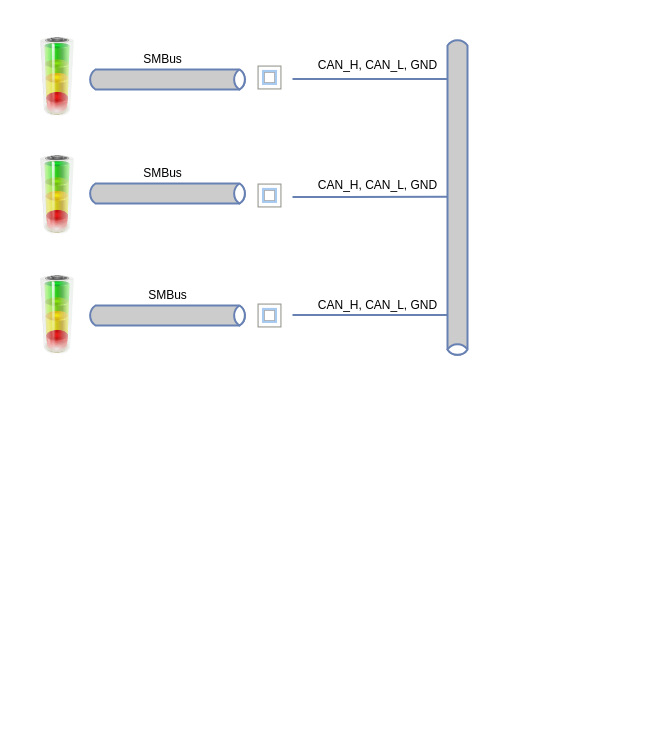
This is Untitled Diagram.drawio from Elan427/path-planning, a draw.io file, before an edit. Source tidied: cells renumbered, new cells numbered last; positions are measured from the earlier drawing's top-left corner, leaving out a move shared by most shapes. Both pictures are drawn from the tidied source at 100%, with x=0, y=0 at pixel (17, 37).
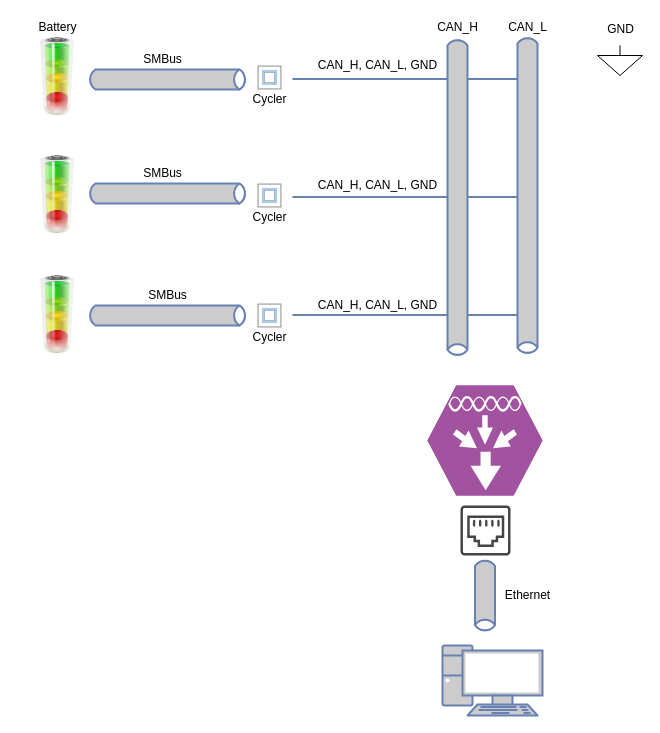
The same diagram, later.

Change to the diagram source:
```diff
@@
-    <mxCell id="11" style="html=1;fillColor=#CCCCCC;strokeColor=#6881B3;gradientColor=none;gradientDirection=north;strokeWidth=2;shape=mxgraph.networks.bus;gradientColor=none;gradientDirection=north;fontColor=#ffffff;perimeter=backbonePerimeter;backboneSize=20;rotation=90;" parent="1" vertex="1">
-      <mxGeometry x="280" y="150" width="320" height="20" as="geometry" />
-    </mxCell>
-    <mxCell id="12" style="strokeColor=#6881B3;edgeStyle=none;rounded=0;endArrow=none;html=1;strokeWidth=2;exitX=0.13;exitY=1;exitDx=0;exitDy=0;exitPerimeter=0;" parent="1" edge="1" source="11">
+    <mxCell id="12" style="strokeColor=#6881B3;edgeStyle=none;rounded=0;endArrow=none;html=1;strokeWidth=2;" parent="1" edge="1" source="21">
       <mxGeometry relative="1" as="geometry">
         <mxPoint x="275" y="41.5" as="targetPoint" />
         <Array as="points">
           <mxPoint x="325" y="41.5" />
         </Array>
       </mxGeometry>
     </mxCell>
-    <mxCell id="13" style="strokeColor=#6881B3;edgeStyle=none;rounded=0;endArrow=none;html=1;strokeWidth=2;exitX=0.498;exitY=1;exitDx=0;exitDy=0;exitPerimeter=0;" parent="1" edge="1" source="11">
+    <mxCell id="13" style="strokeColor=#6881B3;edgeStyle=none;rounded=0;endArrow=none;html=1;strokeWidth=2;" parent="1" edge="1" source="21">
       <mxGeometry relative="1" as="geometry">
         <mxPoint x="275" y="159.5" as="targetPoint" />
         <Array as="points">
           <mxPoint x="325" y="159.5" />
         </Array>
       </mxGeometry>
     </mxCell>
-    <mxCell id="14" style="strokeColor=#6881B3;edgeStyle=none;rounded=0;endArrow=none;html=1;strokeWidth=2;exitX=0.867;exitY=1;exitDx=0;exitDy=0;exitPerimeter=0;" parent="1" edge="1" source="11">
+    <mxCell id="14" style="strokeColor=#6881B3;edgeStyle=none;rounded=0;endArrow=none;html=1;strokeWidth=2;" parent="1" edge="1" source="21">
       <mxGeometry relative="1" as="geometry">
         <mxPoint x="275" y="277.5" as="targetPoint" />
         <Array as="points">
           <mxPoint x="325" y="277.5" />
         </Array>
       </mxGeometry>
     </mxCell>
@@
+    <mxCell id="21" style="html=1;outlineConnect=0;fillColor=#CCCCCC;strokeColor=#6881B3;gradientColor=none;gradientDirection=north;strokeWidth=2;shape=mxgraph.networks.bus;gradientColor=none;gradientDirection=north;fontColor=#ffffff;perimeter=backbonePerimeter;backboneSize=20;rotation=90;" parent="1" vertex="1">
+      <mxGeometry x="350" y="148" width="320" height="20" as="geometry" />
+    </mxCell>
+    <mxCell id="11" style="html=1;fillColor=#CCCCCC;strokeColor=#6881B3;gradientColor=none;gradientDirection=north;strokeWidth=2;shape=mxgraph.networks.bus;gradientColor=none;gradientDirection=north;fontColor=#ffffff;perimeter=backbonePerimeter;backboneSize=20;rotation=90;" parent="1" vertex="1">
+      <mxGeometry x="280" y="150" width="320" height="20" as="geometry" />
+    </mxCell>
+    <mxCell id="22" value="Cycler&lt;br&gt;" style="text;html=1;align=center;verticalAlign=middle;" parent="1" vertex="1">
+      <mxGeometry x="227" y="52" width="50" height="20" as="geometry" />
+    </mxCell>
+    <mxCell id="23" value="Cycler&lt;br&gt;" style="text;html=1;align=center;verticalAlign=middle;" parent="1" vertex="1">
+      <mxGeometry x="227" y="170" width="50" height="20" as="geometry" />
+    </mxCell>
+    <mxCell id="24" value="Cycler&lt;br&gt;" style="text;html=1;align=center;verticalAlign=middle;" parent="1" vertex="1">
+      <mxGeometry x="227" y="290" width="50" height="20" as="geometry" />
+    </mxCell>
+    <mxCell id="25" value="Battery&lt;br&gt;" style="text;html=1;align=center;verticalAlign=middle;" parent="1" vertex="1">
+      <mxGeometry x="15" y="-20" width="50" height="20" as="geometry" />
+    </mxCell>
+    <mxCell id="26" style="verticalLabelPosition=bottom;shadow=0;dashed=0;align=center;html=1;verticalAlign=top;shape=mxgraph.electrical.signal_sources.signal_ground;" parent="1" vertex="1">
+      <mxGeometry x="580" y="8" width="45" height="30" as="geometry" />
+    </mxCell>
+    <mxCell id="27" value="GND&lt;br&gt;" style="text;html=1;align=center;verticalAlign=middle;" parent="1" vertex="1">
+      <mxGeometry x="582.5" y="-18" width="40" height="20" as="geometry" />
+    </mxCell>
+    <mxCell id="28" value="CAN_H&lt;br&gt;" style="text;html=1;align=center;verticalAlign=middle;" parent="1" vertex="1">
+      <mxGeometry x="410" y="-20" width="60" height="20" as="geometry" />
+    </mxCell>
+    <mxCell id="29" value="CAN_L&lt;br&gt;" style="text;html=1;align=center;verticalAlign=middle;" parent="1" vertex="1">
+      <mxGeometry x="480" y="-20" width="60" height="20" as="geometry" />
+    </mxCell>
+    <mxCell id="30" style="verticalLabelPosition=bottom;html=1;fillColor=#A153A0;strokeColor=#ffffff;verticalAlign=top;align=center;shape=mxgraph.cisco_safe.compositeIcon;bgIcon=mxgraph.cisco_safe.design.blank_device;resIcon=mxgraph.cisco_safe.design.wlan_controller;rotation=-180;" parent="1" vertex="1">
+      <mxGeometry x="410" y="348" width="115" height="110" as="geometry" />
+    </mxCell>
+    <mxCell id="31" style="shadow=0;dashed=0;html=1;strokeColor=none;fillColor=#434445;labelPosition=center;verticalLabelPosition=bottom;verticalAlign=top;align=center;shape=mxgraph.vvd.ethernet_port;" parent="1" vertex="1">
+      <mxGeometry x="443" y="468" width="50" height="50" as="geometry" />
+    </mxCell>
+    <mxCell id="32" style="fontColor=#0066CC;verticalAlign=top;verticalLabelPosition=bottom;labelPosition=center;align=center;html=1;fillColor=#CCCCCC;strokeColor=#6881B3;gradientColor=none;gradientDirection=north;strokeWidth=2;shape=mxgraph.networks.pc;" parent="1" vertex="1">
+      <mxGeometry x="425" y="608" width="100" height="70" as="geometry" />
+    </mxCell>
+    <mxCell id="33" style="html=1;fillColor=#CCCCCC;strokeColor=#6881B3;gradientColor=none;gradientDirection=north;strokeWidth=2;shape=mxgraph.networks.bus;gradientColor=none;gradientDirection=north;fontColor=#ffffff;perimeter=backbonePerimeter;backboneSize=20;rotation=90;" parent="1" vertex="1">
+      <mxGeometry x="430" y="548" width="75" height="20" as="geometry" />
+    </mxCell>
+    <mxCell id="34" value="Ethernet&lt;br&gt;" style="text;html=1;align=center;verticalAlign=middle;" parent="1" vertex="1">
+      <mxGeometry x="480" y="548" width="60" height="20" as="geometry" />
+    </mxCell>
```
